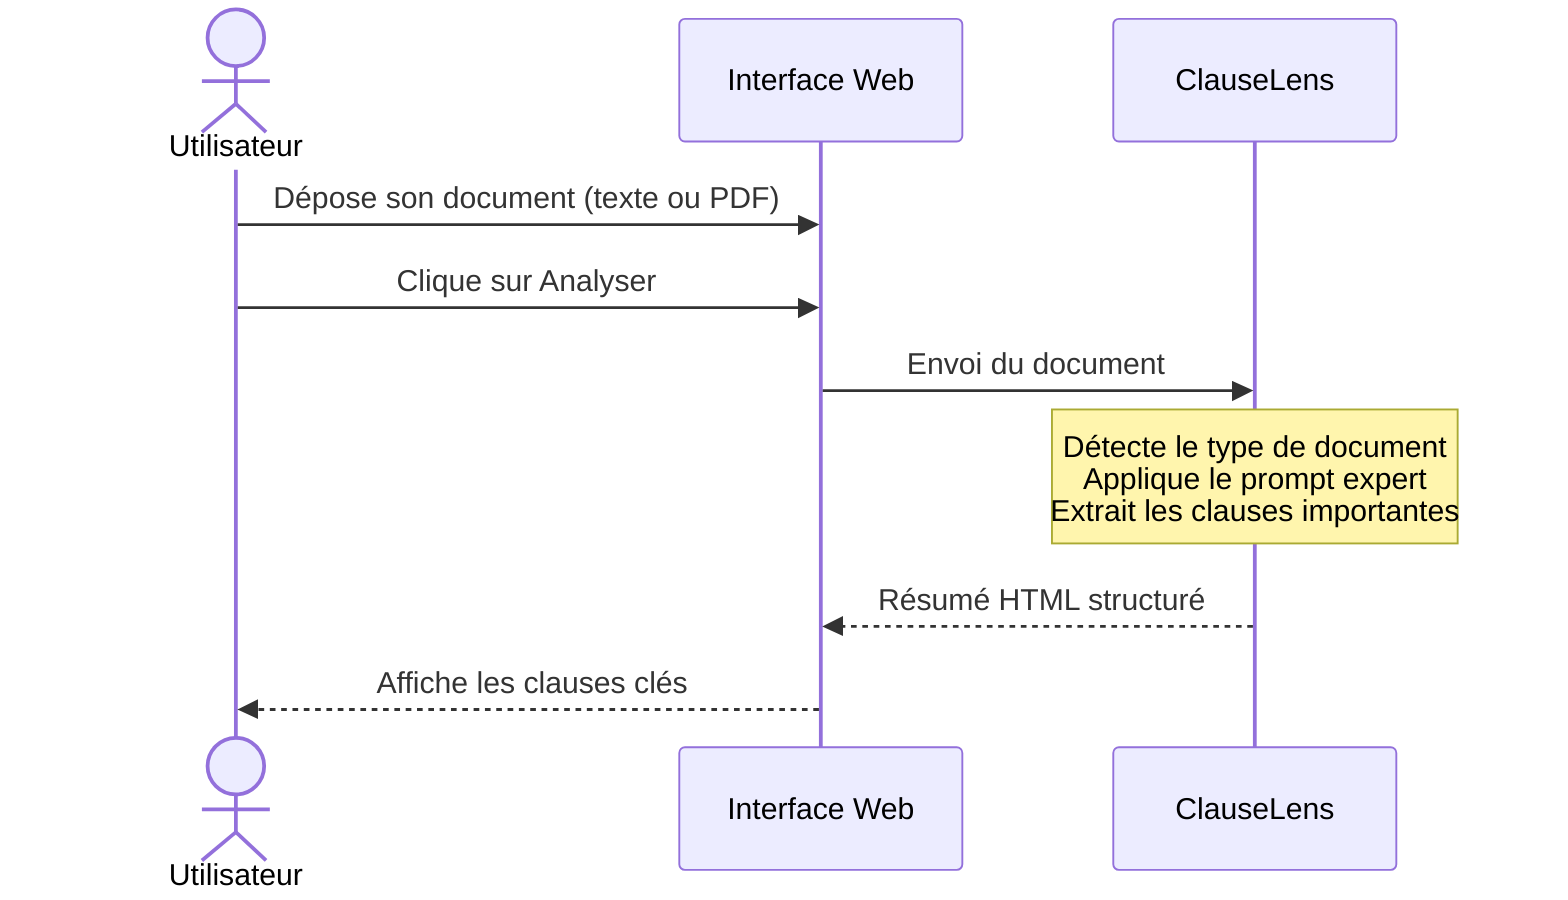
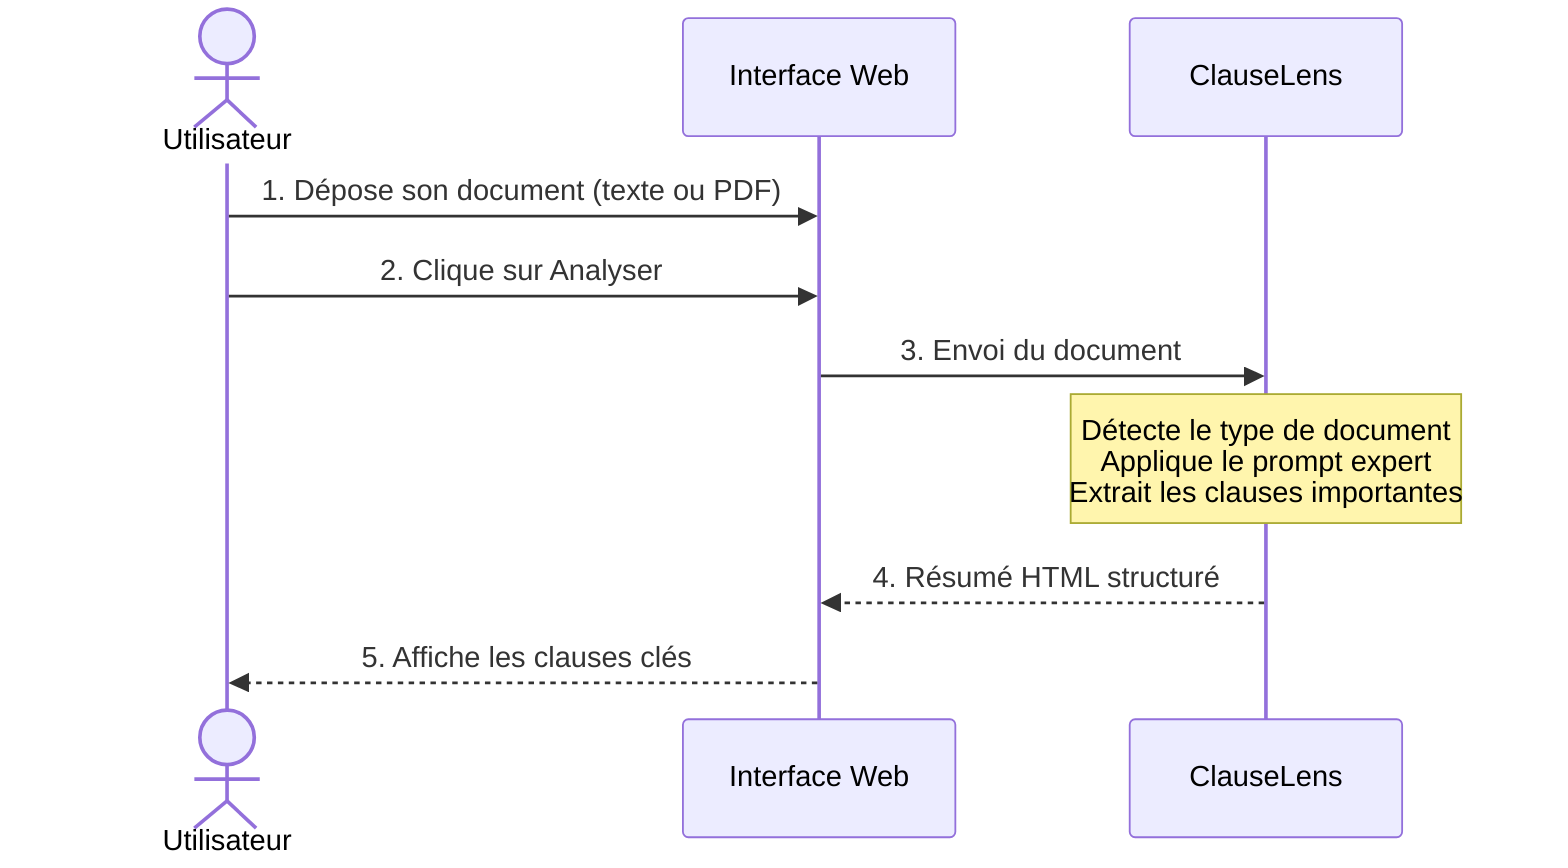
sequenceDiagram
  actor U as Utilisateur
  participant W as Interface Web
  participant C as ClauseLens

-   U->>W: Dépose son document (texte ou PDF)
-   U->>W: Clique sur Analyser
-   W->>C: Envoi du document
+   U->>W: 1. Dépose son document (texte ou PDF)
+   U->>W: 2. Clique sur Analyser
+   W->>C: 3. Envoi du document
  Note over C: Détecte le type de document<br/>Applique le prompt expert<br/>Extrait les clauses importantes
-   C-->>W: Résumé HTML structuré
-   W-->>U: Affiche les clauses clés
+   C-->>W: 4. Résumé HTML structuré
+   W-->>U: 5. Affiche les clauses clés
